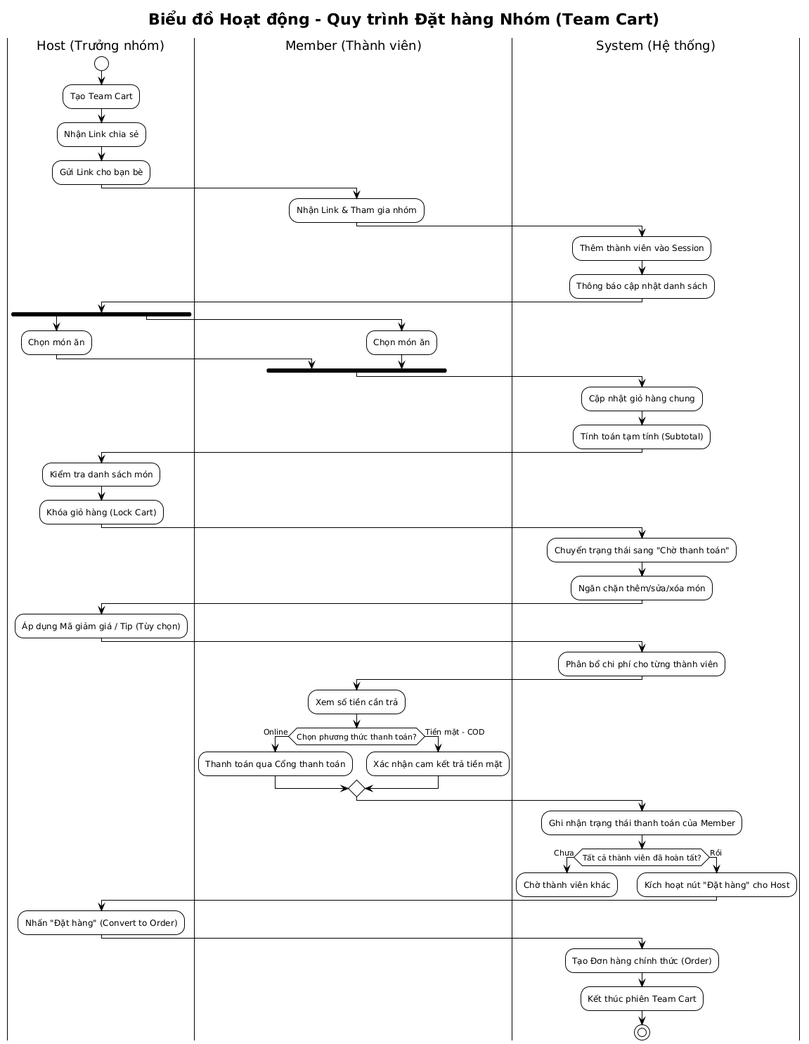
Before: report/Hinhve/activity_teamcart_process.png, a diagram exported from PlantUML (hoangvu1420/YummyZoom). The source it was exported from:
```plantuml
@startuml
!theme plain

title Biểu đồ Hoạt động - Quy trình Đặt hàng Nhóm (Team Cart)

|Host (Trưởng nhóm)|
start
:Tạo Team Cart;
:Nhận Link chia sẻ;
:Gửi Link cho bạn bè;

|Member (Thành viên)|
:Nhận Link & Tham gia nhóm;

|System (Hệ thống)|
:Thêm thành viên vào Session;
:Thông báo cập nhật danh sách;

|Host (Trưởng nhóm)|
fork
    :Chọn món ăn;
fork again
    |Member (Thành viên)|
    :Chọn món ăn;
end fork

|System (Hệ thống)|
:Cập nhật giỏ hàng chung;
:Tính toán tạm tính (Subtotal);

|Member (Thành viên)|
:Xác nhận "Sẵn sàng" (Ready);

|System (Hệ thống)|
:Ghi nhận trạng thái Ready;
if (Tất cả thành viên đã Ready?) then (Rồi)
    :Thông báo cho Host "Tất cả đã sẵn sàng";
else (Chưa)
endif

|Host (Trưởng nhóm)|
:Kiểm tra danh sách món;
:Khóa giỏ hàng (Lock Cart);

|System (Hệ thống)|
:Chuyển trạng thái sang "Chờ thanh toán";
:Ngăn chặn thêm/sửa/xóa món;

|Host (Trưởng nhóm)|
:Áp dụng Mã giảm giá / Tip (Tùy chọn);

|System (Hệ thống)|
:Phân bổ chi phí cho từng thành viên;

|Member (Thành viên)|
:Xem số tiền cần trả;
if (Chọn phương thức thanh toán?) then (Online)
    :Thanh toán qua Cổng thanh toán;
else (Tiền mặt - COD)
    :Xác nhận cam kết trả tiền mặt;
endif

|System (Hệ thống)|
:Ghi nhận trạng thái thanh toán của Member;
if (Tất cả thành viên đã hoàn tất?) then (Chưa)
    :Chờ thành viên khác;
    detach
else (Rồi)
    :Kích hoạt nút "Đặt hàng" cho Host;
endif

|Host (Trưởng nhóm)|
:Nhấn "Đặt hàng" (Convert to Order);

|System (Hệ thống)|
:Tạo Đơn hàng chính thức (Order);
:Kết thúc phiên Team Cart;

stop
@enduml
```
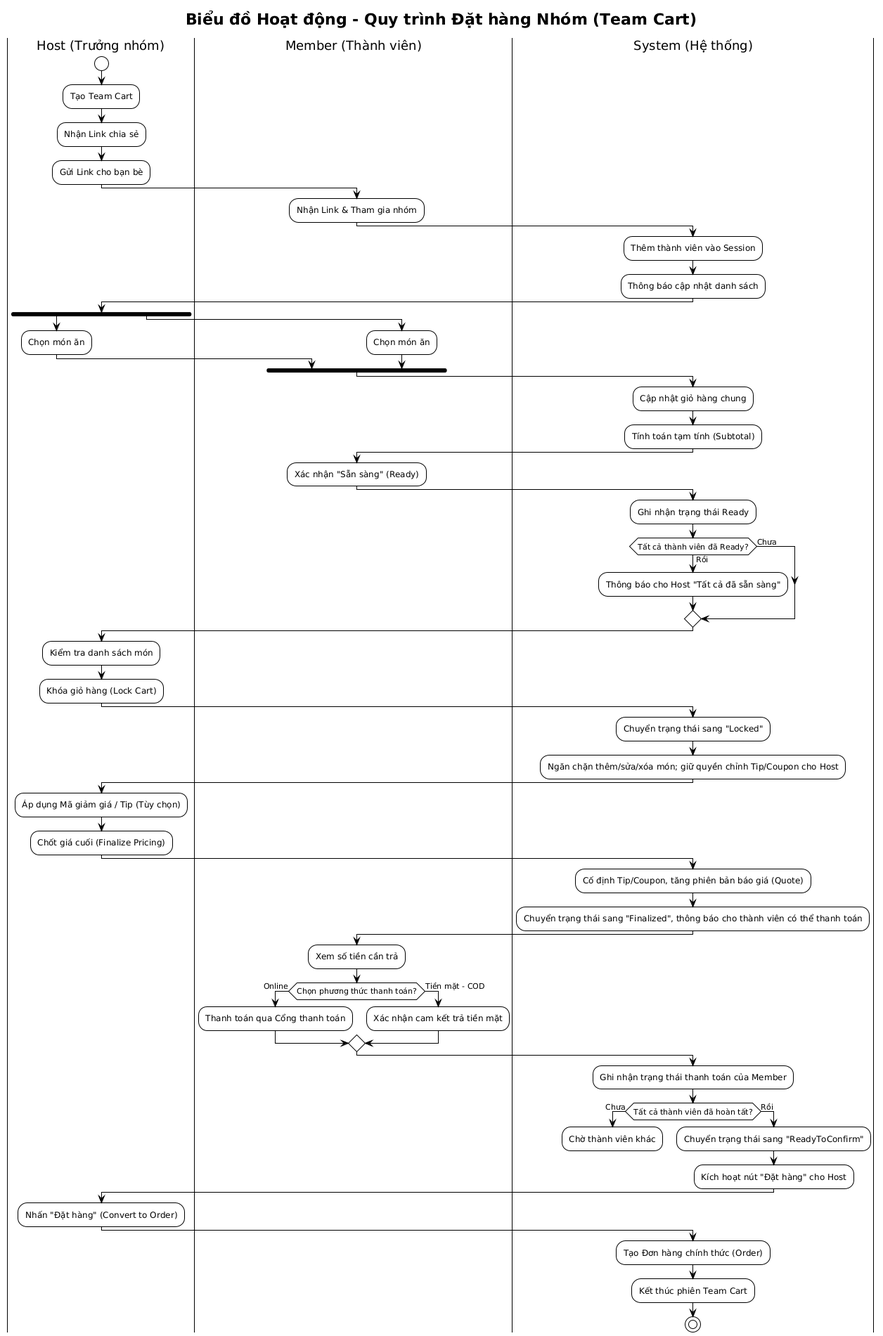
The same diagram one commit later.

The edit, as a diff of the source:
```diff
@@ -43,14 +43,16 @@
 :Khóa giỏ hàng (Lock Cart);
 
 |System (Hệ thống)|
-:Chuyển trạng thái sang "Chờ thanh toán";
-:Ngăn chặn thêm/sửa/xóa món;
+:Chuyển trạng thái sang "Locked";
+:Ngăn chặn thêm/sửa/xóa món; giữ quyền chỉnh Tip/Coupon cho Host;
 
 |Host (Trưởng nhóm)|
 :Áp dụng Mã giảm giá / Tip (Tùy chọn);
+:Chốt giá cuối (Finalize Pricing);
 
 |System (Hệ thống)|
-:Phân bổ chi phí cho từng thành viên;
+:Cố định Tip/Coupon, tăng phiên bản báo giá (Quote);
+:Chuyển trạng thái sang "Finalized", thông báo cho thành viên có thể thanh toán;
 
 |Member (Thành viên)|
 :Xem số tiền cần trả;
@@ -66,6 +68,7 @@
     :Chờ thành viên khác;
     detach
 else (Rồi)
+    :Chuyển trạng thái sang "ReadyToConfirm";
     :Kích hoạt nút "Đặt hàng" cho Host;
 endif
 
```
